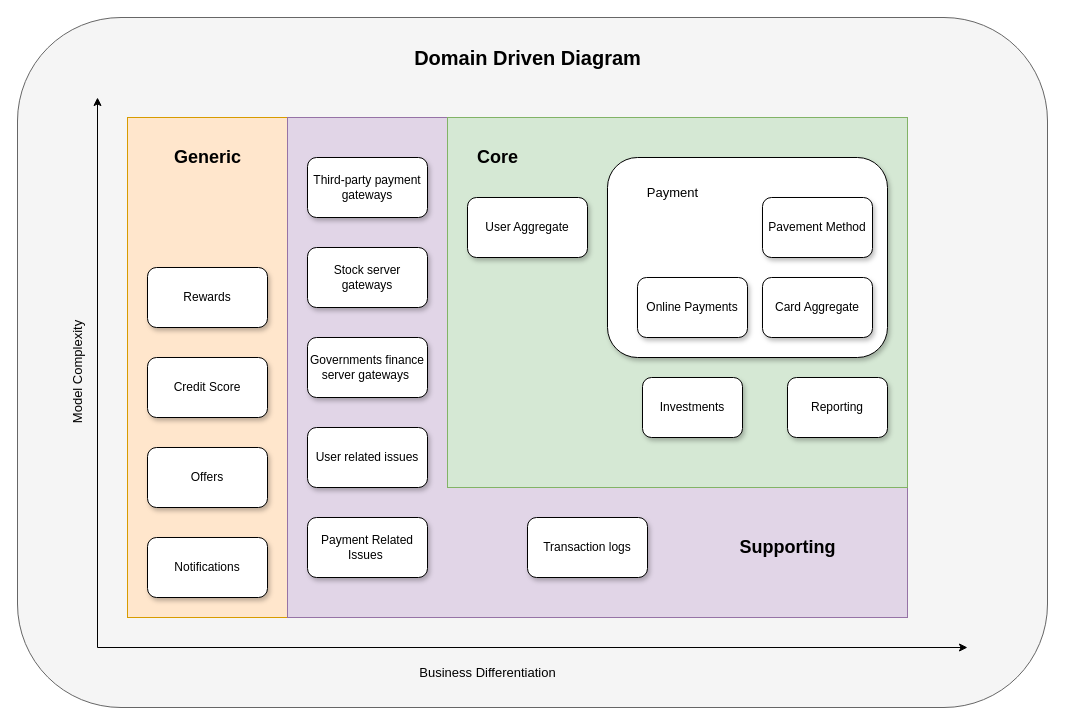
Above: UML_DDD Source files/Domain Driven Diagram.drawio in Aparup007/Expense-Tracker- (draw.io), before the change. Source tidied: cells renumbered, new cells numbered last; positions are measured from the earlier drawing's top-left corner, leaving out a move shared by most shapes. Both pictures are drawn from the tidied source at 100%, with x=0, y=0 at pixel (12, 17).
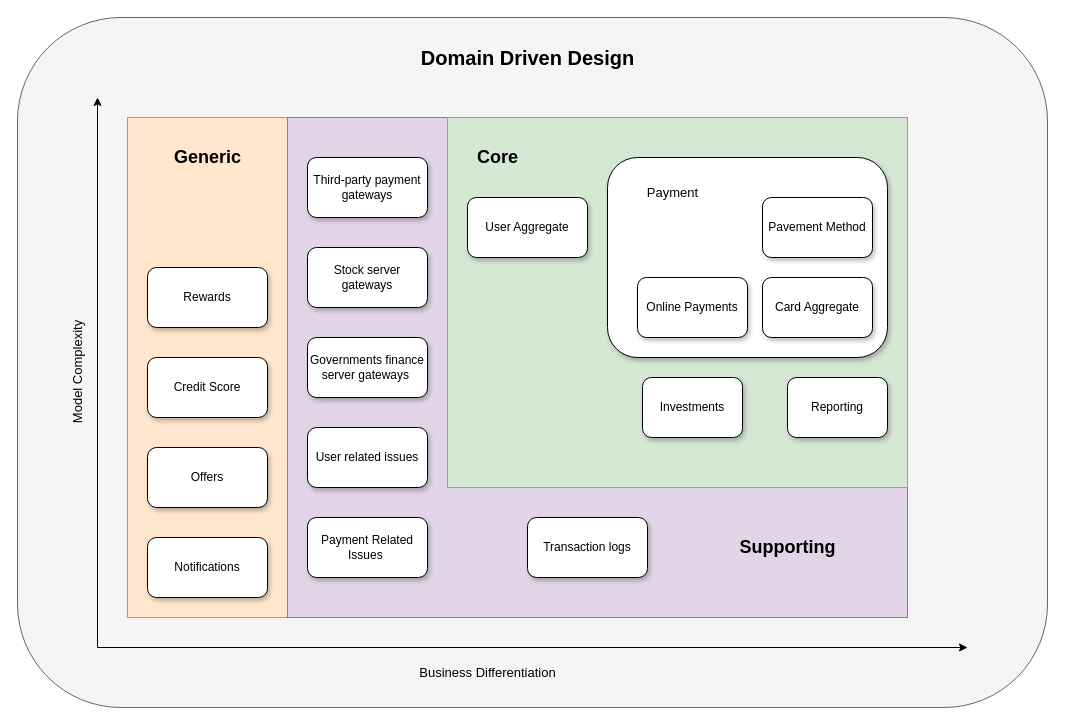
Above is the later version.

Change to the diagram source:
```diff
@@
-    <mxCell id="32" value="&lt;b&gt;&lt;font style=&quot;font-size: 20px;&quot;&gt;Domain Driven Diagram&lt;/font&gt;&lt;/b&gt;" style="text;html=1;align=center;verticalAlign=middle;strokeColor=none;fillColor=none;" parent="1" vertex="1">
-      <mxGeometry x="390" y="20" width="250" height="40" as="geometry" />
+    <mxCell id="32" value="&lt;b&gt;&lt;font style=&quot;font-size: 20px;&quot;&gt;Domain Driven Design&lt;/font&gt;&lt;/b&gt;" style="text;html=1;align=center;verticalAlign=middle;strokeColor=none;fillColor=none;" parent="1" vertex="1">
+      <mxGeometry x="395" y="20" width="240" height="40" as="geometry" />
     </mxCell>
```
